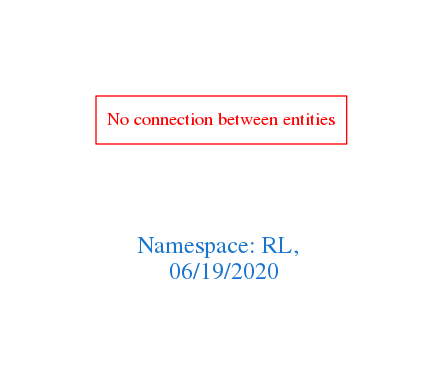
Earlier version of the Graphviz export downloads/RL.png (arago/OGIT). Its source is kept beside it as downloads/RL.dot.
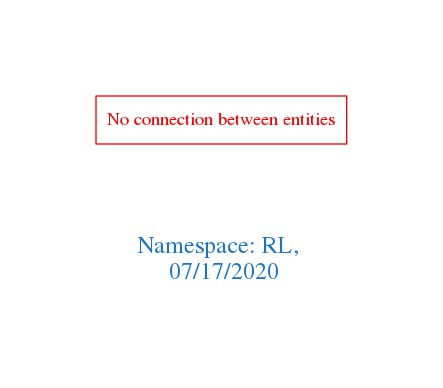
After the change.

Change to the diagram source:
```diff
@@ -1,7 +1,7 @@
 digraph OGIT_ontology {
  graph [ rankdir= LR,pad=1
 fontsize = 18,
-fontcolor= dodgerblue3,label = "\n\n\nNamespace: RL, \n 06/19/2020"];
+fontcolor= dodgerblue3,label = "\n\n\nNamespace: RL, \n 07/17/2020"];
 node[shape=polygon];
 edge [  color="gray81"];
 
```
